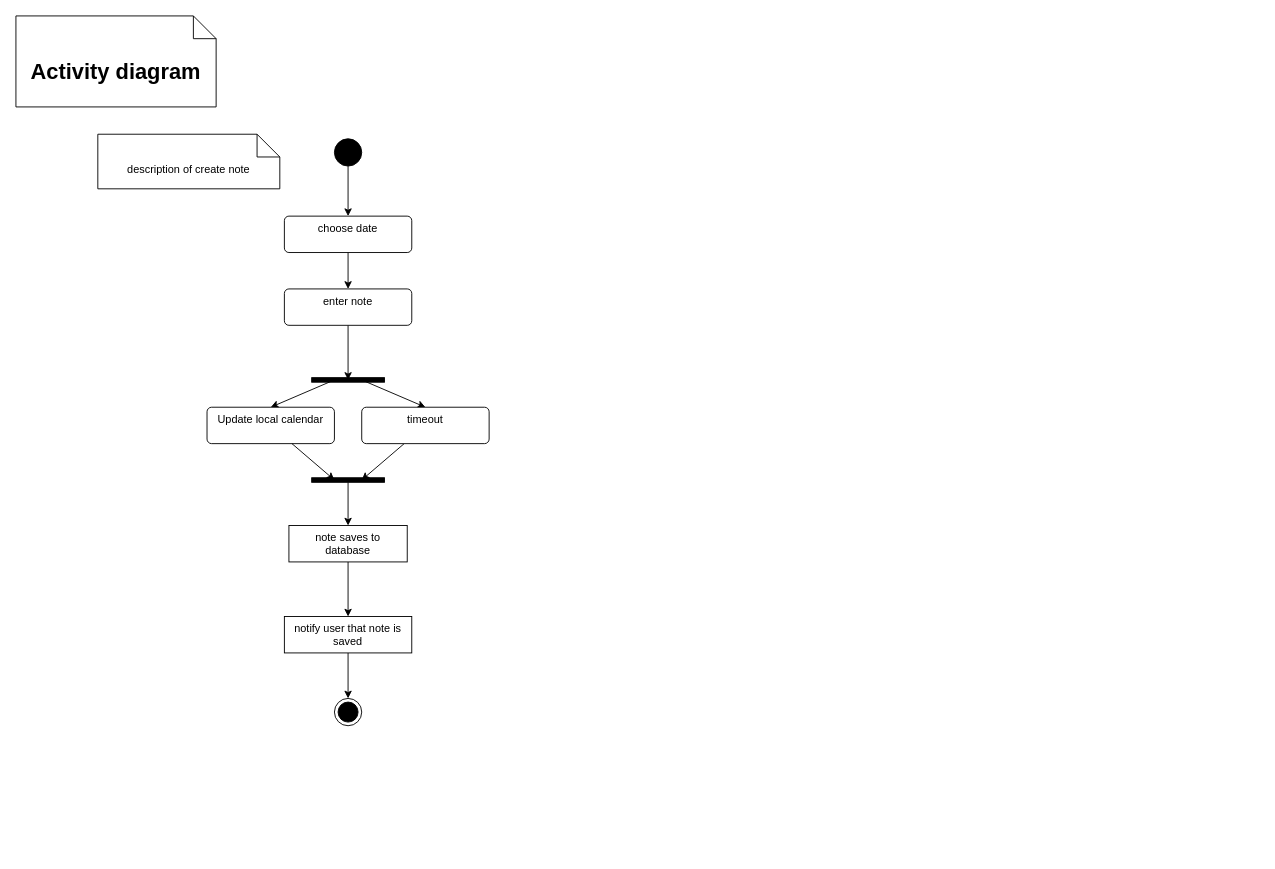
Kirill9m/dagbok-next-boot keeps this draw.io diagram as documentation/activity.drawio. Above is the earlier version. Source tidied: cells renumbered, new cells numbered last; positions are measured from the earlier drawing's top-left corner, leaving out a move shared by most shapes. Both pictures are drawn from the tidied source at 91%, with x=0, y=0 at pixel (15, 15).
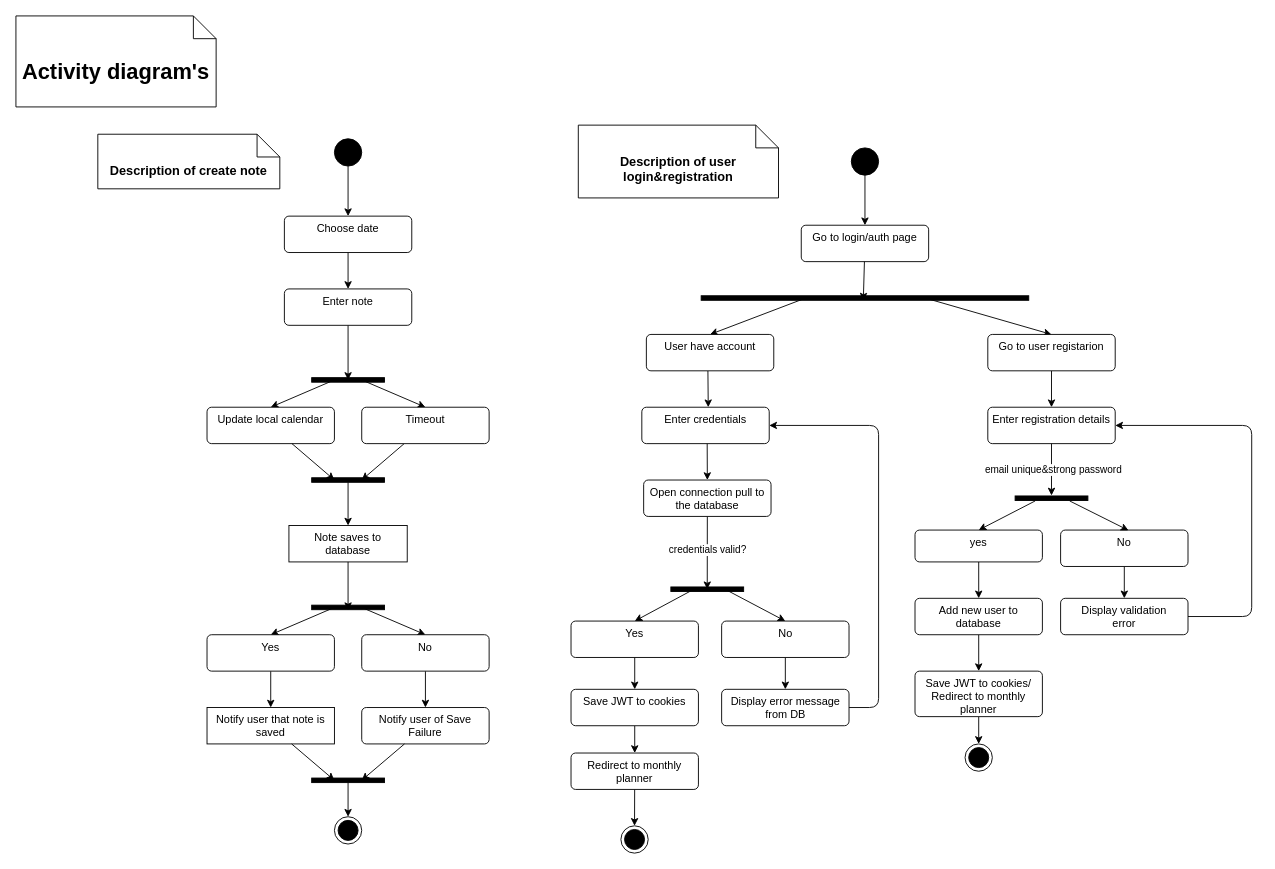
After the change.

Commit message:
Activity diagram update

Change to the diagram source:
```diff
@@
-    <mxCell id="4" value="choose date" style="html=1;align=center;verticalAlign=top;rounded=1;absoluteArcSize=1;arcSize=10;dashed=0;whiteSpace=wrap;" parent="1" vertex="1">
+    <mxCell id="4" value="Choose date" style="html=1;align=center;verticalAlign=top;rounded=1;absoluteArcSize=1;arcSize=10;dashed=0;whiteSpace=wrap;" parent="1" vertex="1">
       <mxGeometry x="295" y="220" width="140" height="40" as="geometry" />
     </mxCell>
@@
-    <mxCell id="6" value="enter note" style="html=1;align=center;verticalAlign=top;rounded=1;absoluteArcSize=1;arcSize=10;dashed=0;whiteSpace=wrap;" parent="1" vertex="1">
+    <mxCell id="6" value="Enter note" style="html=1;align=center;verticalAlign=top;rounded=1;absoluteArcSize=1;arcSize=10;dashed=0;whiteSpace=wrap;" parent="1" vertex="1">
       <mxGeometry x="295" y="300" width="140" height="40" as="geometry" />
     </mxCell>
-    <mxCell id="7" style="edgeStyle=none;html=1;entryX=0.5;entryY=0;entryDx=0;entryDy=0;" parent="1" edge="1" source="8" target="19">
-      <mxGeometry relative="1" as="geometry" />
-    </mxCell>
-    <mxCell id="8" value="note saves to&lt;div&gt;database&lt;/div&gt;" style="html=1;align=center;verticalAlign=top;rounded=1;absoluteArcSize=1;arcSize=0;dashed=0;whiteSpace=wrap;" parent="1" vertex="1">
+    <mxCell id="8" value="Note saves to&lt;div&gt;database&lt;/div&gt;" style="html=1;align=center;verticalAlign=top;rounded=1;absoluteArcSize=1;arcSize=0;dashed=0;whiteSpace=wrap;" parent="1" vertex="1">
       <mxGeometry x="300" y="560" width="130" height="40" as="geometry" />
     </mxCell>
@@
-    <mxCell id="16" value="timeout" style="html=1;align=center;verticalAlign=top;rounded=1;absoluteArcSize=1;arcSize=10;dashed=0;whiteSpace=wrap;" parent="1" vertex="1">
+    <mxCell id="16" value="Timeout" style="html=1;align=center;verticalAlign=top;rounded=1;absoluteArcSize=1;arcSize=10;dashed=0;whiteSpace=wrap;" parent="1" vertex="1">
       <mxGeometry x="380" y="430" width="140" height="40" as="geometry" />
     </mxCell>
@@
-    <mxCell id="18" style="edgeStyle=none;html=1;entryX=0.5;entryY=0;entryDx=0;entryDy=0;" parent="1" edge="1" source="19" target="21">
-      <mxGeometry relative="1" as="geometry" />
-    </mxCell>
-    <mxCell id="19" value="notify user that note is saved" style="html=1;align=center;verticalAlign=top;rounded=1;absoluteArcSize=1;arcSize=0;dashed=0;whiteSpace=wrap;" parent="1" vertex="1">
-      <mxGeometry x="295" y="660" width="140" height="40" as="geometry" />
+    <mxCell id="19" value="Notify user that note is saved" style="html=1;align=center;verticalAlign=top;rounded=1;absoluteArcSize=1;arcSize=0;dashed=0;whiteSpace=wrap;" parent="1" vertex="1">
+      <mxGeometry x="210" y="760" width="140" height="40" as="geometry" />
     </mxCell>
-    <mxCell id="20" value="description of create note" style="shape=note2;boundedLbl=1;whiteSpace=wrap;html=1;size=25;verticalAlign=top;align=center;" parent="1" vertex="1">
+    <mxCell id="20" value="&lt;b&gt;&lt;font style=&quot;font-size: 14px;&quot;&gt;Description of create note&lt;/font&gt;&lt;/b&gt;" style="shape=note2;boundedLbl=1;whiteSpace=wrap;html=1;size=25;verticalAlign=top;align=center;" parent="1" vertex="1">
       <mxGeometry x="90" y="130" width="200" height="60" as="geometry" />
     </mxCell>
     <mxCell id="21" style="ellipse;html=1;shape=endState;fillColor=strokeColor;" parent="1" vertex="1">
-      <mxGeometry x="350" y="750" width="30" height="30" as="geometry" />
+      <mxGeometry x="350" y="880" width="30" height="30" as="geometry" />
     </mxCell>
@@
-    <mxCell id="23" value="&lt;h1&gt;Activity diagram&lt;/h1&gt;" style="shape=note2;boundedLbl=1;whiteSpace=wrap;html=1;size=25;verticalAlign=top;align=center;" parent="1" vertex="1">
+    <mxCell id="23" value="&lt;h1&gt;Activity diagram's&lt;/h1&gt;" style="shape=note2;boundedLbl=1;whiteSpace=wrap;html=1;size=25;verticalAlign=top;align=center;" parent="1" vertex="1">
       <mxGeometry width="220" height="100" as="geometry" />
     </mxCell>
+    <mxCell id="24" value="&lt;b&gt;&lt;font style=&quot;font-size: 14px;&quot;&gt;Description of user login&amp;amp;registration&lt;/font&gt;&lt;/b&gt;" style="shape=note2;boundedLbl=1;whiteSpace=wrap;html=1;size=25;verticalAlign=top;align=center;" parent="1" vertex="1">
+      <mxGeometry x="618" y="120" width="220" height="80" as="geometry" />
+    </mxCell>
+    <mxCell id="25" style="edgeStyle=none;html=1;entryX=0.5;entryY=0;entryDx=0;entryDy=0;" parent="1" edge="1" source="26" target="42">
+      <mxGeometry relative="1" as="geometry" />
+    </mxCell>
+    <mxCell id="26" style="ellipse;fillColor=strokeColor;html=1;" parent="1" vertex="1">
+      <mxGeometry x="918" y="145" width="30" height="30" as="geometry" />
+    </mxCell>
+    <mxCell id="27" style="edgeStyle=none;html=1;entryX=0.5;entryY=0;entryDx=0;entryDy=0;exitX=0.5;exitY=0.688;exitDx=0;exitDy=0;exitPerimeter=0;" parent="1" edge="1" source="29" target="31">
+      <mxGeometry relative="1" as="geometry" />
+    </mxCell>
+    <mxCell id="28" style="edgeStyle=none;html=1;entryX=0.5;entryY=0;entryDx=0;entryDy=0;exitX=0.5;exitY=0.313;exitDx=0;exitDy=0;exitPerimeter=0;" parent="1" edge="1" source="29" target="33">
+      <mxGeometry relative="1" as="geometry" />
+    </mxCell>
+    <mxCell id="29" style="html=1;points=[];perimeter=orthogonalPerimeter;fillColor=strokeColor;rotation=90;" parent="1" vertex="1">
+      <mxGeometry x="362.5" y="610" width="5" height="80" as="geometry" />
+    </mxCell>
+    <mxCell id="30" style="edgeStyle=none;html=1;entryX=0.5;entryY=0;entryDx=0;entryDy=0;" parent="1" edge="1" source="31" target="19">
+      <mxGeometry relative="1" as="geometry" />
+    </mxCell>
+    <mxCell id="31" value="Yes" style="html=1;align=center;verticalAlign=top;rounded=1;absoluteArcSize=1;arcSize=10;dashed=0;whiteSpace=wrap;" parent="1" vertex="1">
+      <mxGeometry x="210" y="680" width="140" height="40" as="geometry" />
+    </mxCell>
+    <mxCell id="32" style="edgeStyle=none;html=1;entryX=0.5;entryY=0;entryDx=0;entryDy=0;" parent="1" edge="1" source="33" target="35">
+      <mxGeometry relative="1" as="geometry" />
+    </mxCell>
+    <mxCell id="33" value="No" style="html=1;align=center;verticalAlign=top;rounded=1;absoluteArcSize=1;arcSize=10;dashed=0;whiteSpace=wrap;" parent="1" vertex="1">
+      <mxGeometry x="380" y="680" width="140" height="40" as="geometry" />
+    </mxCell>
+    <mxCell id="34" style="edgeStyle=none;html=1;entryX=1.1;entryY=0.5;entryDx=0;entryDy=0;entryPerimeter=0;" parent="1" edge="1" source="8" target="29">
+      <mxGeometry relative="1" as="geometry" />
+    </mxCell>
+    <mxCell id="35" value="Notify user of Save Failure" style="html=1;align=center;verticalAlign=top;rounded=1;absoluteArcSize=1;arcSize=10;dashed=0;whiteSpace=wrap;" parent="1" vertex="1">
+      <mxGeometry x="380" y="760" width="140" height="40" as="geometry" />
+    </mxCell>
+    <mxCell id="36" style="edgeStyle=none;html=1;entryX=0.5;entryY=0;entryDx=0;entryDy=0;" parent="1" edge="1" source="37" target="21">
+      <mxGeometry relative="1" as="geometry" />
+    </mxCell>
+    <mxCell id="37" style="html=1;points=[];perimeter=orthogonalPerimeter;fillColor=strokeColor;rotation=90;" parent="1" vertex="1">
+      <mxGeometry x="362.5" y="800" width="5" height="80" as="geometry" />
+    </mxCell>
+    <mxCell id="38" style="edgeStyle=none;html=1;entryX=0.5;entryY=0.313;entryDx=0;entryDy=0;entryPerimeter=0;" parent="1" edge="1" target="37">
+      <mxGeometry relative="1" as="geometry">
+        <mxPoint x="427" y="800" as="sourcePoint" />
+      </mxGeometry>
+    </mxCell>
+    <mxCell id="39" style="edgeStyle=none;html=1;entryX=0.5;entryY=0.688;entryDx=0;entryDy=0;entryPerimeter=0;" parent="1" edge="1" target="37">
+      <mxGeometry relative="1" as="geometry">
+        <mxPoint x="303" y="800" as="sourcePoint" />
+      </mxGeometry>
+    </mxCell>
+    <mxCell id="40" style="edgeStyle=none;html=1;entryX=0.5;entryY=0;entryDx=0;entryDy=0;exitX=0.567;exitY=0.622;exitDx=0;exitDy=0;exitPerimeter=0;" parent="1" edge="1" target="46">
+      <mxGeometry relative="1" as="geometry">
+        <mxPoint x="867.1" y="310.3" as="sourcePoint" />
+      </mxGeometry>
+    </mxCell>
+    <mxCell id="41" style="edgeStyle=none;html=1;entryX=0.5;entryY=0;entryDx=0;entryDy=0;exitX=0.567;exitY=0.313;exitDx=0;exitDy=0;exitPerimeter=0;" parent="1" edge="1" source="49" target="48">
+      <mxGeometry relative="1" as="geometry" />
+    </mxCell>
+    <mxCell id="42" value="Go to login/auth page" style="html=1;align=center;verticalAlign=top;rounded=1;absoluteArcSize=1;arcSize=10;dashed=0;whiteSpace=wrap;" parent="1" vertex="1">
+      <mxGeometry x="863" y="230" width="140" height="40" as="geometry" />
+    </mxCell>
+    <mxCell id="43" style="edgeStyle=none;html=1;" parent="1" edge="1" source="44" target="63">
+      <mxGeometry relative="1" as="geometry" />
+    </mxCell>
+    <mxCell id="44" value="Save JWT to cookies" style="html=1;align=center;verticalAlign=top;rounded=1;absoluteArcSize=1;arcSize=10;dashed=0;whiteSpace=wrap;" parent="1" vertex="1">
+      <mxGeometry x="610" y="740" width="140" height="40" as="geometry" />
+    </mxCell>
+    <mxCell id="45" style="edgeStyle=none;html=1;exitX=0.483;exitY=1.005;exitDx=0;exitDy=0;exitPerimeter=0;" parent="1" edge="1" source="46">
+      <mxGeometry relative="1" as="geometry">
+        <mxPoint x="760.8" y="430" as="targetPoint" />
+      </mxGeometry>
+    </mxCell>
+    <mxCell id="46" value="&lt;span style=&quot;background-color: transparent;&quot;&gt;&lt;font color=&quot;#000000&quot;&gt;U&lt;/font&gt;ser have account&lt;/span&gt;" style="html=1;align=center;verticalAlign=top;rounded=1;absoluteArcSize=1;arcSize=10;dashed=0;whiteSpace=wrap;" parent="1" vertex="1">
+      <mxGeometry x="692.8" y="350" width="140" height="40" as="geometry" />
+    </mxCell>
+    <mxCell id="47" style="edgeStyle=none;html=1;" parent="1" edge="1" source="48" target="67">
+      <mxGeometry relative="1" as="geometry" />
+    </mxCell>
+    <mxCell id="48" value="Go to user registarion" style="html=1;align=center;verticalAlign=top;rounded=1;absoluteArcSize=1;arcSize=10;dashed=0;whiteSpace=wrap;" parent="1" vertex="1">
+      <mxGeometry x="1068" y="350" width="140" height="40" as="geometry" />
+    </mxCell>
+    <mxCell id="49" style="html=1;points=[];perimeter=orthogonalPerimeter;fillColor=strokeColor;rotation=90;" parent="1" vertex="1">
+      <mxGeometry x="930.5" y="130" width="5" height="360" as="geometry" />
+    </mxCell>
+    <mxCell id="50" style="edgeStyle=none;html=1;entryX=1.067;entryY=0.505;entryDx=0;entryDy=0;entryPerimeter=0;" parent="1" edge="1" source="42" target="49">
+      <mxGeometry relative="1" as="geometry" />
+    </mxCell>
+    <mxCell id="51" style="edgeStyle=none;html=1;entryX=0.5;entryY=0;entryDx=0;entryDy=0;exitX=0.513;exitY=0.974;exitDx=0;exitDy=0;exitPerimeter=0;" parent="1" edge="1" source="52" target="79">
+      <mxGeometry relative="1" as="geometry" />
+    </mxCell>
+    <mxCell id="52" value="Enter credentials" style="html=1;align=center;verticalAlign=top;rounded=1;absoluteArcSize=1;arcSize=10;dashed=0;whiteSpace=wrap;" parent="1" vertex="1">
+      <mxGeometry x="687.8" y="430" width="140" height="40" as="geometry" />
+    </mxCell>
+    <mxCell id="53" style="edgeStyle=none;html=1;entryX=0.5;entryY=0;entryDx=0;entryDy=0;exitX=0.9;exitY=0.729;exitDx=0;exitDy=0;exitPerimeter=0;" parent="1" edge="1" source="55" target="59">
+      <mxGeometry relative="1" as="geometry" />
+    </mxCell>
+    <mxCell id="54" style="edgeStyle=none;html=1;entryX=0.5;entryY=0;entryDx=0;entryDy=0;exitX=0.733;exitY=0.229;exitDx=0;exitDy=0;exitPerimeter=0;" parent="1" edge="1" source="55" target="61">
+      <mxGeometry relative="1" as="geometry" />
+    </mxCell>
+    <mxCell id="55" style="html=1;points=[];perimeter=orthogonalPerimeter;fillColor=strokeColor;rotation=90;" parent="1" vertex="1">
+      <mxGeometry x="757.2" y="590" width="5" height="80" as="geometry" />
+    </mxCell>
+    <mxCell id="56" style="edgeStyle=none;html=1;entryX=0.5;entryY=0.5;entryDx=0;entryDy=0;entryPerimeter=0;exitX=0.5;exitY=1;exitDx=0;exitDy=0;" parent="1" edge="1" source="79" target="55">
+      <mxGeometry relative="1" as="geometry" />
+    </mxCell>
+    <mxCell id="57" value="credentials valid?" style="edgeLabel;html=1;align=center;verticalAlign=middle;" parent="56" vertex="1">
+      <mxGeometry x="-0.07" relative="1" as="geometry" />
+    </mxCell>
+    <mxCell id="58" style="edgeStyle=none;html=1;" parent="1" edge="1" source="59" target="44">
+      <mxGeometry relative="1" as="geometry" />
+    </mxCell>
+    <mxCell id="59" value="Yes" style="html=1;align=center;verticalAlign=top;rounded=1;absoluteArcSize=1;arcSize=10;dashed=0;whiteSpace=wrap;" parent="1" vertex="1">
+      <mxGeometry x="610" y="665" width="140" height="40" as="geometry" />
+    </mxCell>
+    <mxCell id="60" style="edgeStyle=none;html=1;entryX=0.5;entryY=0;entryDx=0;entryDy=0;" parent="1" edge="1" source="61" target="65">
+      <mxGeometry relative="1" as="geometry" />
+    </mxCell>
+    <mxCell id="61" value="No" style="html=1;align=center;verticalAlign=top;rounded=1;absoluteArcSize=1;arcSize=10;dashed=0;whiteSpace=wrap;" parent="1" vertex="1">
+      <mxGeometry x="775.5" y="665" width="140" height="40" as="geometry" />
+    </mxCell>
+    <mxCell id="62" style="edgeStyle=none;html=1;entryX=0.5;entryY=0;entryDx=0;entryDy=0;" parent="1" edge="1" source="63" target="66">
+      <mxGeometry relative="1" as="geometry" />
+    </mxCell>
+    <mxCell id="63" value="Redirect to monthly planner" style="html=1;align=center;verticalAlign=top;rounded=1;absoluteArcSize=1;arcSize=10;dashed=0;whiteSpace=wrap;" parent="1" vertex="1">
+      <mxGeometry x="610" y="810" width="140" height="40" as="geometry" />
+    </mxCell>
+    <mxCell id="64" style="edgeStyle=none;html=1;entryX=1;entryY=0.5;entryDx=0;entryDy=0;exitX=1;exitY=0.5;exitDx=0;exitDy=0;" parent="1" edge="1" source="65" target="52">
+      <mxGeometry relative="1" as="geometry">
+        <Array as="points">
+          <mxPoint x="948" y="760" />
+          <mxPoint x="948" y="450" />
+        </Array>
+      </mxGeometry>
+    </mxCell>
+    <mxCell id="65" value="Display error message&lt;div&gt;from DB&lt;/div&gt;" style="html=1;align=center;verticalAlign=top;rounded=1;absoluteArcSize=1;arcSize=10;dashed=0;whiteSpace=wrap;" parent="1" vertex="1">
+      <mxGeometry x="775.5" y="740" width="140" height="40" as="geometry" />
+    </mxCell>
+    <mxCell id="66" style="ellipse;html=1;shape=endState;fillColor=strokeColor;" parent="1" vertex="1">
+      <mxGeometry x="664.8" y="890" width="30" height="30" as="geometry" />
+    </mxCell>
+    <mxCell id="67" value="Enter registration details" style="html=1;align=center;verticalAlign=top;rounded=1;absoluteArcSize=1;arcSize=10;dashed=0;whiteSpace=wrap;" parent="1" vertex="1">
+      <mxGeometry x="1068" y="430" width="140" height="40" as="geometry" />
+    </mxCell>
+    <mxCell id="68" style="edgeStyle=none;html=1;entryX=0.5;entryY=0;entryDx=0;entryDy=0;" parent="1" edge="1" source="69" target="81">
+      <mxGeometry relative="1" as="geometry" />
+    </mxCell>
+    <mxCell id="69" value="yes" style="html=1;align=center;verticalAlign=top;rounded=1;absoluteArcSize=1;arcSize=10;dashed=0;whiteSpace=wrap;" parent="1" vertex="1">
+      <mxGeometry x="988" y="565" width="140" height="35" as="geometry" />
+    </mxCell>
+    <mxCell id="70" style="edgeStyle=none;html=1;entryX=0.5;entryY=0;entryDx=0;entryDy=0;" parent="1" edge="1" source="71" target="78">
+      <mxGeometry relative="1" as="geometry" />
+    </mxCell>
+    <mxCell id="71" value="No" style="html=1;align=center;verticalAlign=top;rounded=1;absoluteArcSize=1;arcSize=10;dashed=0;whiteSpace=wrap;" parent="1" vertex="1">
+      <mxGeometry x="1148" y="565" width="140" height="40" as="geometry" />
+    </mxCell>
+    <mxCell id="72" style="edgeStyle=none;html=1;entryX=0.5;entryY=0;entryDx=0;entryDy=0;exitX=1.1;exitY=0.725;exitDx=0;exitDy=0;exitPerimeter=0;" parent="1" edge="1" source="73" target="69">
+      <mxGeometry relative="1" as="geometry" />
+    </mxCell>
+    <mxCell id="73" style="html=1;points=[];perimeter=orthogonalPerimeter;fillColor=strokeColor;rotation=90;" parent="1" vertex="1">
+      <mxGeometry x="1135.5" y="490" width="5" height="80" as="geometry" />
+    </mxCell>
+    <mxCell id="74" style="edgeStyle=none;html=1;entryX=-0.1;entryY=0.5;entryDx=0;entryDy=0;entryPerimeter=0;" parent="1" edge="1" source="67" target="73">
+      <mxGeometry relative="1" as="geometry" />
+    </mxCell>
+    <mxCell id="75" value="email unique&amp;amp;strong password" style="edgeLabel;html=1;align=center;verticalAlign=middle;" parent="74" vertex="1">
+      <mxGeometry x="-0.03" y="1" relative="1" as="geometry" />
+    </mxCell>
+    <mxCell id="76" style="edgeStyle=none;html=1;entryX=0.533;entryY=0.008;entryDx=0;entryDy=0;entryPerimeter=0;exitX=1.1;exitY=0.25;exitDx=0;exitDy=0;exitPerimeter=0;" parent="1" edge="1" source="73" target="71">
+      <mxGeometry relative="1" as="geometry" />
+    </mxCell>
+    <mxCell id="77" style="edgeStyle=none;html=1;entryX=1;entryY=0.5;entryDx=0;entryDy=0;" parent="1" edge="1" source="78" target="67">
+      <mxGeometry relative="1" as="geometry">
+        <Array as="points">
+          <mxPoint x="1358" y="660" />
+          <mxPoint x="1358" y="450" />
+        </Array>
+      </mxGeometry>
+    </mxCell>
+    <mxCell id="78" value="Display validation&lt;div&gt;error&lt;/div&gt;" style="html=1;align=center;verticalAlign=top;rounded=1;absoluteArcSize=1;arcSize=10;dashed=0;whiteSpace=wrap;" parent="1" vertex="1">
+      <mxGeometry x="1148" y="640" width="140" height="40" as="geometry" />
+    </mxCell>
+    <mxCell id="79" value="Open connection pull to the database" style="html=1;align=center;verticalAlign=top;rounded=1;absoluteArcSize=1;arcSize=10;dashed=0;whiteSpace=wrap;" parent="1" vertex="1">
+      <mxGeometry x="689.8" y="510" width="140" height="40" as="geometry" />
+    </mxCell>
+    <mxCell id="80" style="edgeStyle=none;html=1;entryX=0.5;entryY=0;entryDx=0;entryDy=0;" parent="1" edge="1" source="81" target="83">
+      <mxGeometry relative="1" as="geometry" />
+    </mxCell>
+    <mxCell id="81" value="Add new user to database" style="html=1;align=center;verticalAlign=top;rounded=1;absoluteArcSize=1;arcSize=10;dashed=0;whiteSpace=wrap;" parent="1" vertex="1">
+      <mxGeometry x="988" y="640" width="140" height="40" as="geometry" />
+    </mxCell>
+    <mxCell id="82" style="edgeStyle=none;html=1;entryX=0.5;entryY=0;entryDx=0;entryDy=0;" parent="1" edge="1" source="83" target="84">
+      <mxGeometry relative="1" as="geometry" />
+    </mxCell>
+    <mxCell id="83" value="Save JWT to cookies/&lt;div&gt;Redirect to monthly planner&lt;/div&gt;" style="html=1;align=center;verticalAlign=top;rounded=1;absoluteArcSize=1;arcSize=10;dashed=0;whiteSpace=wrap;" parent="1" vertex="1">
+      <mxGeometry x="988" y="720" width="140" height="50" as="geometry" />
+    </mxCell>
+    <mxCell id="84" style="ellipse;html=1;shape=endState;fillColor=strokeColor;" parent="1" vertex="1">
+      <mxGeometry x="1043" y="800" width="30" height="30" as="geometry" />
+    </mxCell>
```
